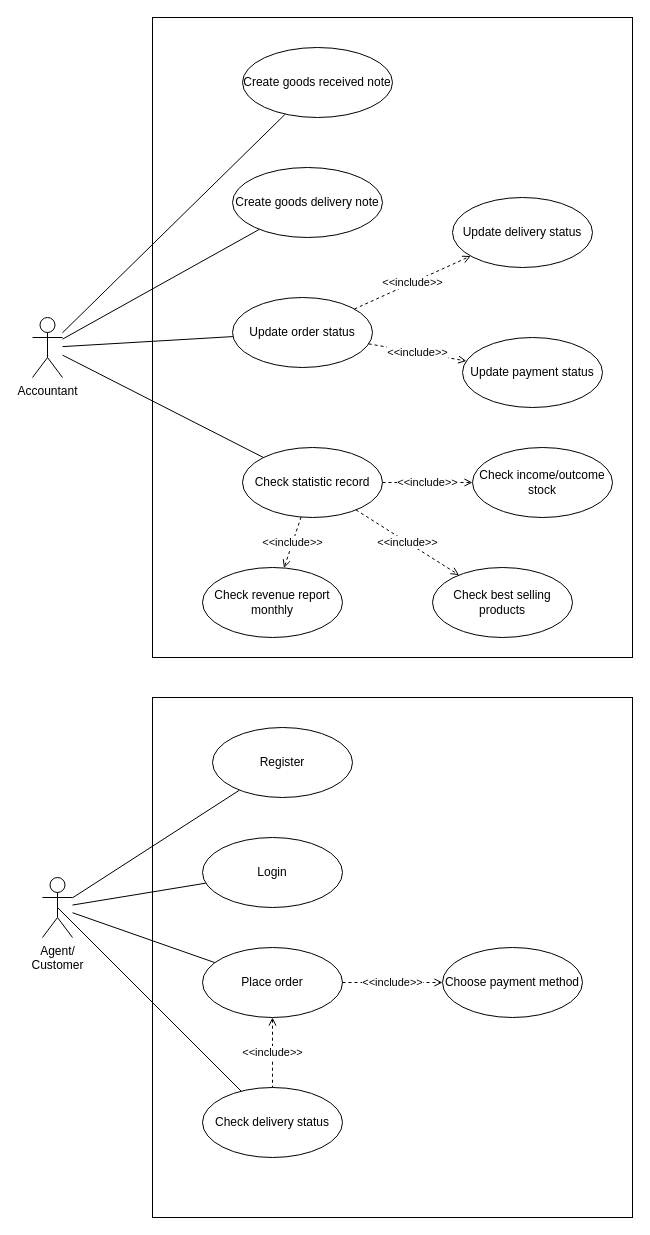
This is page "Use case" (1 of 3) of Untitled Diagram.drawio from Rosa2000/SE-Final-Project, a draw.io file, before an edit. Source tidied: cells renumbered, new cells numbered last; positions are measured from the earlier drawing's top-left corner, leaving out a move shared by most shapes. Both pictures are drawn from the tidied source at 100%, with x=0, y=0 at pixel (32, 17).
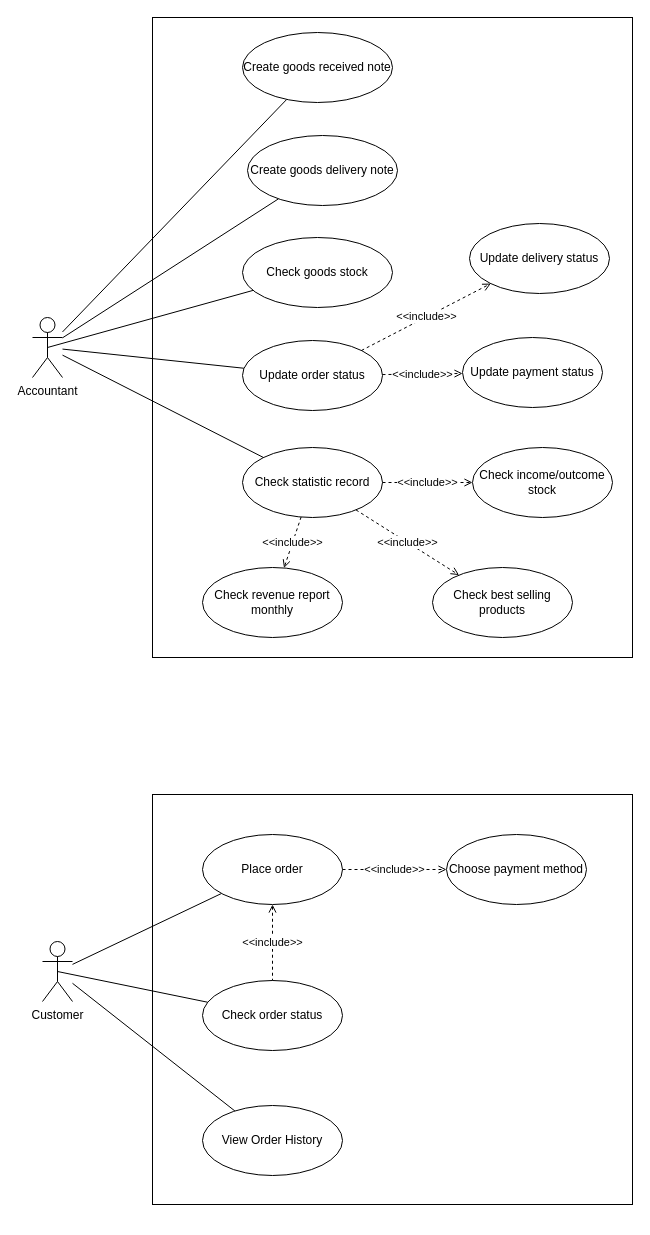
Above is the later version.

Unchanged cells that the change refers to:
```xml
<mxCell id="8" value="Accountant" style="shape=umlActor;verticalLabelPosition=bottom;verticalAlign=top;html=1;" parent="1" vertex="1">
  <mxGeometry y="300" width="30" height="60" as="geometry" />
</mxCell>
```

What changed in the source:
```diff
@@
     <mxCell id="2" style="rounded=0;whiteSpace=wrap;html=1;" parent="1" vertex="1">
-      <mxGeometry x="120" y="680" width="480" height="520" as="geometry" />
+      <mxGeometry x="120" y="777" width="480" height="410" as="geometry" />
     </mxCell>
@@
+    <mxCell id="35" style="rounded=0;jettySize=auto;html=1;exitX=0.5;exitY=0.5;exitDx=0;exitDy=0;exitPerimeter=0;fontSize=10;endArrow=none;endFill=0;" parent="1" edge="1" source="8" target="36">
+      <mxGeometry relative="1" as="geometry" />
+    </mxCell>
@@
-    <mxCell id="10" value="Agent/&lt;br&gt;Customer" style="shape=umlActor;verticalLabelPosition=bottom;verticalAlign=top;html=1;" parent="1" vertex="1">
-      <mxGeometry x="10" y="860" width="30" height="60" as="geometry" />
+    <mxCell id="10" value="Customer" style="shape=umlActor;verticalLabelPosition=bottom;verticalAlign=top;html=1;" parent="1" vertex="1">
+      <mxGeometry x="10" y="924" width="30" height="60" as="geometry" />
     </mxCell>
     <mxCell id="11" value="Create goods received note" style="ellipse;whiteSpace=wrap;html=1;" parent="1" vertex="1">
-      <mxGeometry x="210" y="30" width="150" height="70" as="geometry" />
+      <mxGeometry x="210" y="15" width="150" height="70" as="geometry" />
     </mxCell>
     <mxCell id="12" value="Create goods delivery note" style="ellipse;whiteSpace=wrap;html=1;" parent="1" vertex="1">
-      <mxGeometry x="200" y="150" width="150" height="70" as="geometry" />
+      <mxGeometry x="215" y="118" width="150" height="70" as="geometry" />
     </mxCell>
@@
     <mxCell id="14" value="Update order status" style="ellipse;whiteSpace=wrap;html=1;" parent="1" vertex="1">
-      <mxGeometry x="200" y="280" width="140" height="70" as="geometry" />
+      <mxGeometry x="210" y="323" width="140" height="70" as="geometry" />
     </mxCell>
@@
     <mxCell id="16" value="Update delivery status" style="ellipse;whiteSpace=wrap;html=1;" parent="1" vertex="1">
-      <mxGeometry x="420" y="180" width="140" height="70" as="geometry" />
+      <mxGeometry x="437" y="206" width="140" height="70" as="geometry" />
     </mxCell>
@@
     <mxCell id="18" value="Place order" style="ellipse;whiteSpace=wrap;html=1;" parent="1" vertex="1">
-      <mxGeometry x="170" y="930" width="140" height="70" as="geometry" />
+      <mxGeometry x="170" y="817" width="140" height="70" as="geometry" />
     </mxCell>
     <mxCell id="19" value="Choose payment method" style="ellipse;whiteSpace=wrap;html=1;" parent="1" vertex="1">
-      <mxGeometry x="410" y="930" width="140" height="70" as="geometry" />
+      <mxGeometry x="414" y="817" width="140" height="70" as="geometry" />
     </mxCell>
-    <mxCell id="20" value="Check delivery status" style="ellipse;whiteSpace=wrap;html=1;" parent="1" vertex="1">
-      <mxGeometry x="170" y="1070" width="140" height="70" as="geometry" />
+    <mxCell id="20" value="Check order status" style="ellipse;whiteSpace=wrap;html=1;" parent="1" vertex="1">
+      <mxGeometry x="170" y="963" width="140" height="70" as="geometry" />
     </mxCell>
@@
-    <mxCell id="22" value="Login" style="ellipse;whiteSpace=wrap;html=1;" parent="1" vertex="1">
-      <mxGeometry x="170" y="820" width="140" height="70" as="geometry" />
+    <mxCell id="22" value="View Order History" style="ellipse;whiteSpace=wrap;html=1;" parent="1" vertex="1">
+      <mxGeometry x="170" y="1088" width="140" height="70" as="geometry" />
     </mxCell>
-    <mxCell id="23" style="rounded=0;jettySize=auto;html=1;endArrow=none;endFill=0;endSize=6;" parent="1" edge="1" source="24" target="10">
-      <mxGeometry relative="1" as="geometry" />
-    </mxCell>
-    <mxCell id="24" value="Register" style="ellipse;whiteSpace=wrap;html=1;" parent="1" vertex="1">
-      <mxGeometry x="180" y="710" width="140" height="70" as="geometry" />
-    </mxCell>
@@
+    <mxCell id="36" value="Check goods stock" style="ellipse;whiteSpace=wrap;html=1;" parent="1" vertex="1">
+      <mxGeometry x="210" y="220" width="150" height="70" as="geometry" />
+    </mxCell>
```
